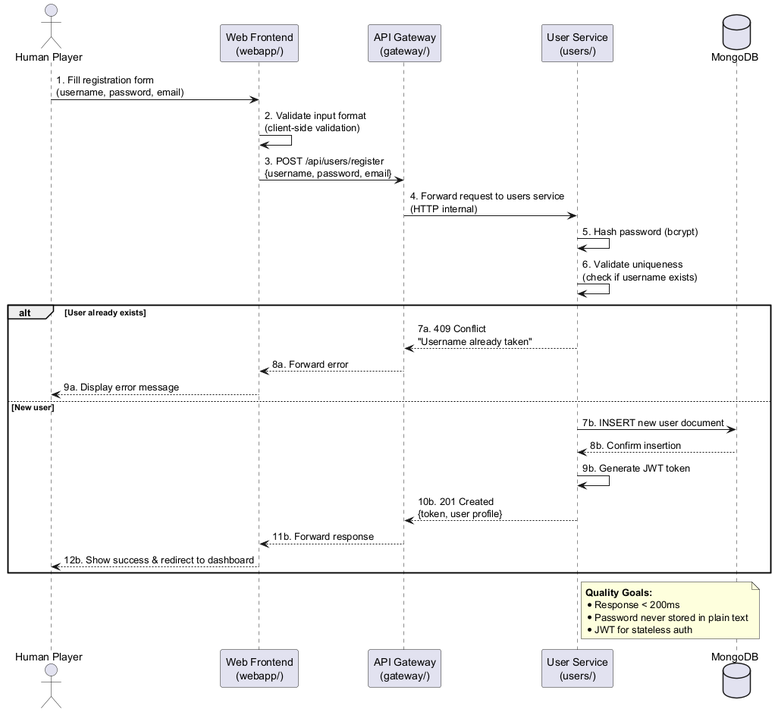
Before: images/User Registration Sequence.png, a diagram exported from PlantUML (Arquisoft/yovi_en2c).
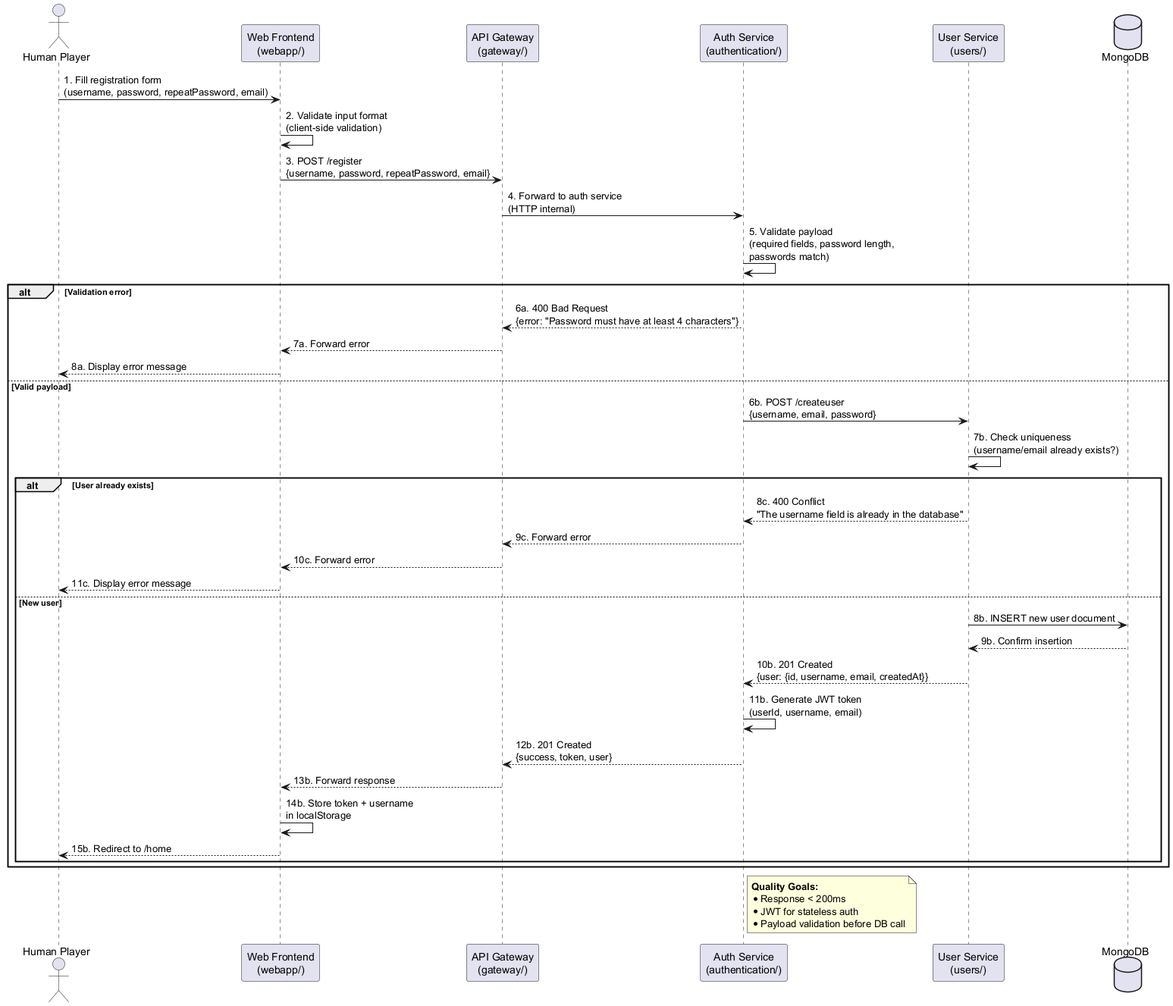
After the change.

The edit, as a diff of the source:
```diff
@@ -2,36 +2,48 @@
 actor "Human Player" as User
 participant "Web Frontend\n(webapp/)" as Webapp
 participant "API Gateway\n(gateway/)" as Gateway
+participant "Auth Service\n(authentication/)" as Auth
 participant "User Service\n(users/)" as Users
 database "MongoDB" as DB
 
-User -> Webapp: 1. Fill registration form\n(username, password, email)
+User -> Webapp: 1. Fill registration form\n(username, password, repeatPassword, email)
 Webapp -> Webapp: 2. Validate input format\n(client-side validation)
 
-Webapp -> Gateway: 3. POST /api/users/register\n{username, password, email}
-Gateway -> Users: 4. Forward request to users service\n(HTTP internal)
+Webapp -> Gateway: 3. POST /register\n{username, password, repeatPassword, email}
+Gateway -> Auth: 4. Forward to auth service\n(HTTP internal)
 
-Users -> Users: 5. Hash password (bcrypt)
-Users -> Users: 6. Validate uniqueness\n(check if username exists)
+Auth -> Auth: 5. Validate payload\n(required fields, password length,\npasswords match)
 
-alt User already exists
-    Users --> Gateway: 7a. 409 Conflict\n"Username already taken"
-    Gateway --> Webapp: 8a. Forward error
-    Webapp --> User: 9a. Display error message
-else New user
-    Users -> DB: 7b. INSERT new user document
-    DB --> Users: 8b. Confirm insertion
+alt Validation error
+    Auth --> Gateway: 6a. 400 Bad Request\n{error: "Password must have at least 4 characters"}
+    Gateway --> Webapp: 7a. Forward error
+    Webapp --> User: 8a. Display error message
+else Valid payload
+    Auth -> Users: 6b. POST /createuser\n{username, email, password}
+    Users -> Users: 7b. Check uniqueness\n(username/email already exists?)
 
-    Users -> Users: 9b. Generate JWT token
-    Users --> Gateway: 10b. 201 Created\n{token, user profile}
-    Gateway --> Webapp: 11b. Forward response
-    Webapp --> User: 12b. Show success & redirect to dashboard
+    alt User already exists
+        Users --> Auth: 8c. 400 Conflict\n"The username field is already in the database"
+        Auth --> Gateway: 9c. Forward error
+        Gateway --> Webapp: 10c. Forward error
+        Webapp --> User: 11c. Display error message
+    else New user
+        Users -> DB: 8b. INSERT new user document
+        DB --> Users: 9b. Confirm insertion
+        Users --> Auth: 10b. 201 Created\n{user: {id, username, email, createdAt}}
+
+        Auth -> Auth: 11b. Generate JWT token\n(userId, username, email)
+        Auth --> Gateway: 12b. 201 Created\n{success, token, user}
+        Gateway --> Webapp: 13b. Forward response
+        Webapp -> Webapp: 14b. Store token + username\nin localStorage
+        Webapp --> User: 15b. Redirect to /home
+    end
 end
 
-note right of Users
+note right of Auth
   **Quality Goals:**
   * Response < 200ms
-  * Password never stored in plain text
   * JWT for stateless auth
+  * Payload validation before DB call
 end note
 @enduml
```
